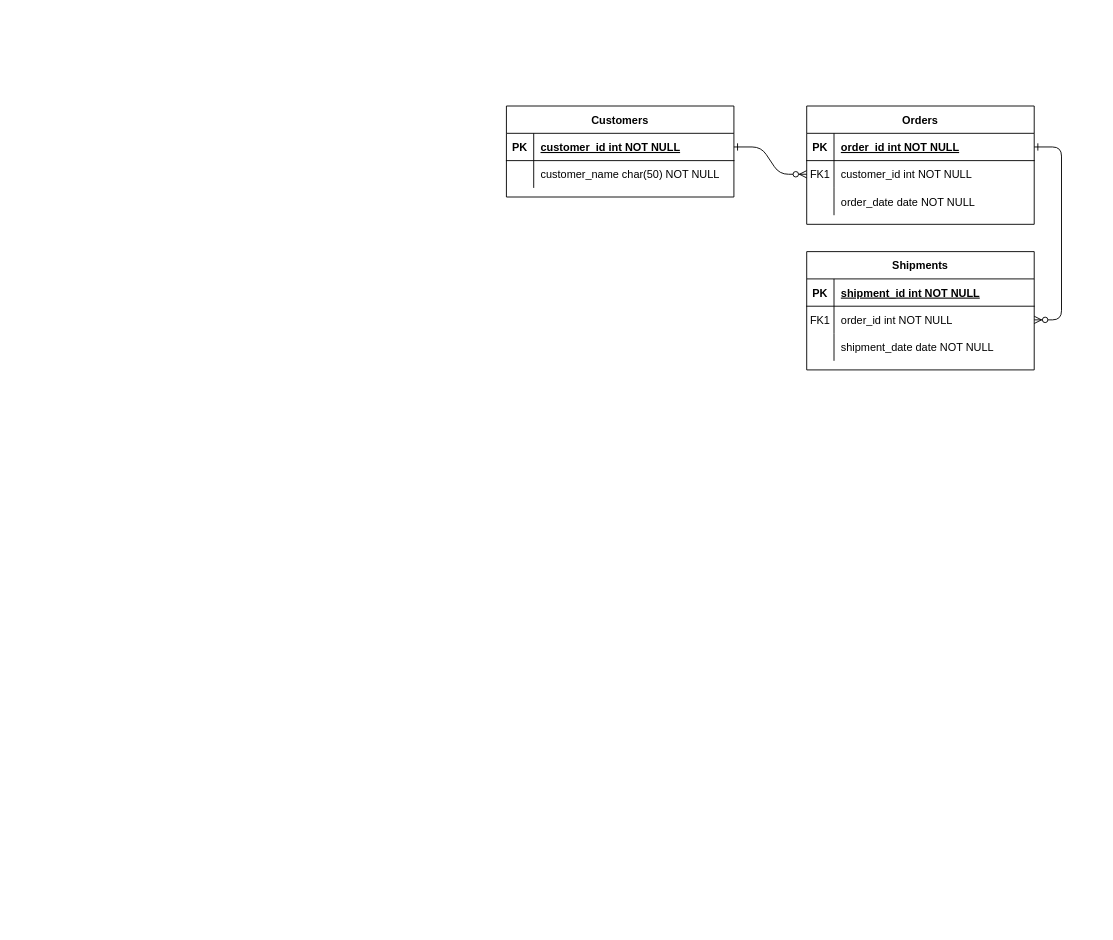
Above: Untitled Diagram.drawio in stamatiskarvounis/Publishing_Company_CRM (draw.io), before the change. Source tidied: cells renumbered, new cells numbered last; positions are measured from the earlier drawing's top-left corner, leaving out a move shared by most shapes. Both pictures are drawn from the tidied source at 91%, with x=0, y=0 at pixel (506, 106).
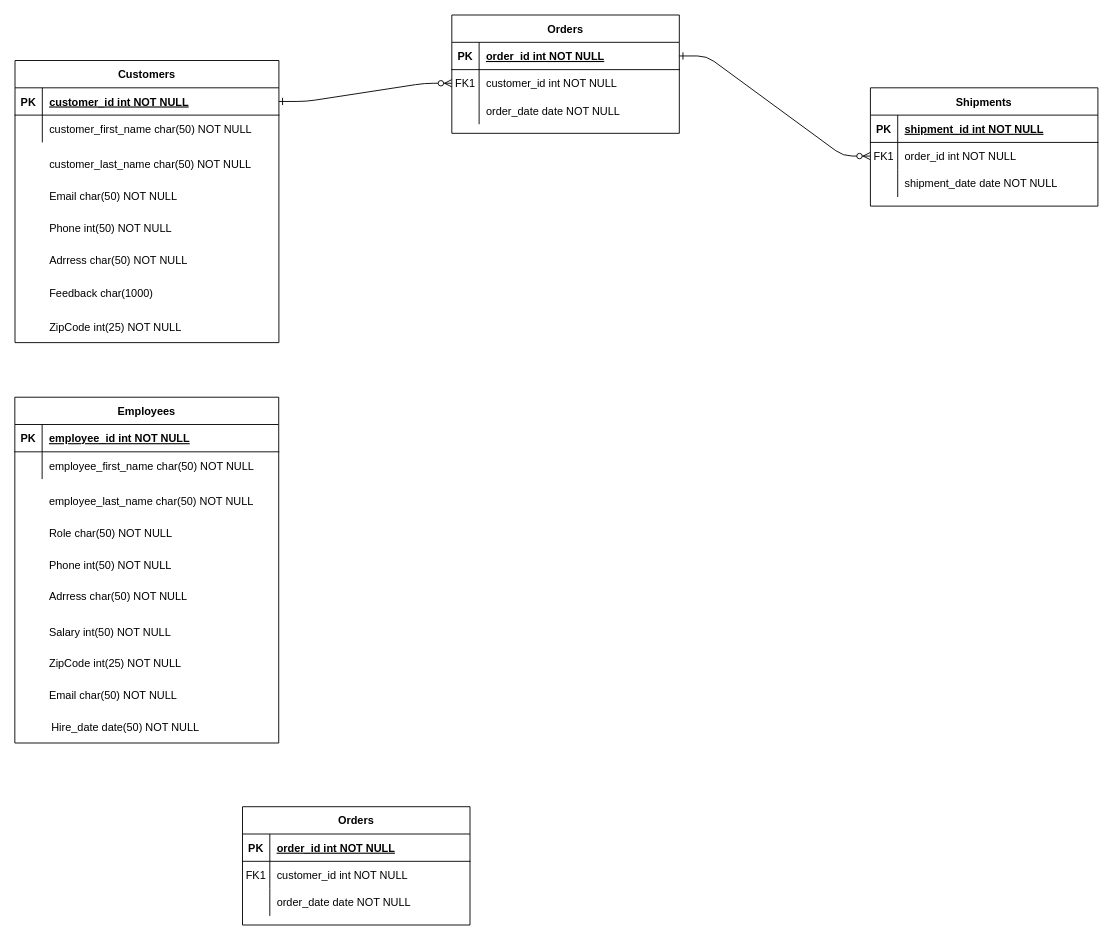
The same diagram, later.

What changed in the source:
```diff
@@
     <mxCell id="4" value="Orders" style="shape=table;startSize=30;childLayout=tableLayout;rowLines=0;fontStyle=1;align=center;" parent="1" vertex="1">
-      <mxGeometry x="330" width="250" height="130" as="geometry" />
+      <mxGeometry x="-60" y="-100" width="250" height="130" as="geometry" />
     </mxCell>
@@
     <mxCell id="14" value="Shipments" style="shape=table;startSize=30;childLayout=tableLayout;rowLines=0;fontStyle=1;align=center;" parent="1" vertex="1">
-      <mxGeometry x="330" y="160" width="250" height="130" as="geometry" />
+      <mxGeometry x="400" y="-20" width="250" height="130" as="geometry" />
     </mxCell>
@@
+    <mxCell id="31" value="Orders" style="shape=table;startSize=30;childLayout=tableLayout;rowLines=0;fontStyle=1;align=center;" parent="1" vertex="1">
+      <mxGeometry x="-290" y="770" width="250" height="130" as="geometry" />
+    </mxCell>
+    <mxCell id="32" style="shape=partialRectangle;fillColor=none;top=0;left=0;right=0;bottom=1;" parent="31" vertex="1">
+      <mxGeometry y="30" width="250" height="30" as="geometry" />
+    </mxCell>
+    <mxCell id="33" value="PK" style="shape=partialRectangle;overflow=hidden;fillColor=none;top=0;left=0;bottom=0;right=0;fontStyle=1;" parent="32" vertex="1">
+      <mxGeometry width="30" height="30" as="geometry" />
+    </mxCell>
+    <mxCell id="34" value="order_id int NOT NULL " style="shape=partialRectangle;overflow=hidden;fillColor=none;top=0;left=0;bottom=0;right=0;align=left;spacingLeft=6;fontStyle=5;" parent="32" vertex="1">
+      <mxGeometry x="30" width="220" height="30" as="geometry" />
+    </mxCell>
+    <mxCell id="35" style="shape=partialRectangle;fillColor=none;top=0;left=0;right=0;bottom=0;" parent="31" vertex="1">
+      <mxGeometry y="60" width="250" height="30" as="geometry" />
+    </mxCell>
+    <mxCell id="36" value="FK1" style="shape=partialRectangle;overflow=hidden;fillColor=none;top=0;left=0;bottom=0;right=0;" parent="35" vertex="1">
+      <mxGeometry width="30" height="30" as="geometry" />
+    </mxCell>
+    <mxCell id="37" value="customer_id int NOT NULL" style="shape=partialRectangle;overflow=hidden;fillColor=none;top=0;left=0;bottom=0;right=0;align=left;spacingLeft=6;" parent="35" vertex="1">
+      <mxGeometry x="30" width="220" height="30" as="geometry" />
+    </mxCell>
+    <mxCell id="38" style="shape=partialRectangle;fillColor=none;top=0;left=0;right=0;bottom=0;" parent="31" vertex="1">
+      <mxGeometry y="90" width="250" height="30" as="geometry" />
+    </mxCell>
+    <mxCell id="39" style="shape=partialRectangle;overflow=hidden;fillColor=none;top=0;left=0;bottom=0;right=0;" parent="38" vertex="1">
+      <mxGeometry width="30" height="30" as="geometry" />
+    </mxCell>
+    <mxCell id="40" value="order_date date NOT NULL" style="shape=partialRectangle;overflow=hidden;fillColor=none;top=0;left=0;bottom=0;right=0;align=left;spacingLeft=6;" parent="38" vertex="1">
+      <mxGeometry x="30" width="220" height="30" as="geometry" />
+    </mxCell>
+    <mxCell id="41" style="group;" parent="1" vertex="1">
+      <mxGeometry x="-540" y="-50" width="290" height="320.2" as="geometry" />
+    </mxCell>
-    <mxCell id="24" value="Customers" style="shape=table;startSize=30;childLayout=tableLayout;rowLines=0;fontStyle=1;align=center;" parent="1" vertex="1">
-      <mxGeometry width="250" height="100" as="geometry" />
+    <mxCell id="24" value="Customers" style="shape=table;startSize=30;childLayout=tableLayout;rowLines=0;fontStyle=1;align=center;" parent="41" vertex="1">
+      <mxGeometry width="290" height="310" as="geometry" />
     </mxCell>
     <mxCell id="25" style="shape=partialRectangle;fillColor=none;points=[[0,0.5],[1,0.5]];portConstraint=eastwest;top=0;left=0;right=0;bottom=1;" parent="24" vertex="1">
-      <mxGeometry y="30" width="250" height="30" as="geometry" />
+      <mxGeometry y="30" width="290" height="30" as="geometry" />
     </mxCell>
@@
     <mxCell id="27" value="customer_id int NOT NULL " style="shape=partialRectangle;overflow=hidden;fillColor=none;top=0;left=0;bottom=0;right=0;align=left;spacingLeft=6;fontStyle=5;" parent="25" vertex="1">
-      <mxGeometry x="30" width="220" height="30" as="geometry" />
+      <mxGeometry x="30" width="260" height="30" as="geometry" />
     </mxCell>
     <mxCell id="28" style="shape=partialRectangle;fillColor=none;top=0;left=0;right=0;bottom=0;" parent="24" vertex="1">
-      <mxGeometry y="60" width="250" height="30" as="geometry" />
+      <mxGeometry y="60" width="290" height="30" as="geometry" />
     </mxCell>
@@
-    <mxCell id="30" value="customer_name char(50) NOT NULL" style="shape=partialRectangle;overflow=hidden;fillColor=none;top=0;left=0;bottom=0;right=0;align=left;spacingLeft=6;" parent="28" vertex="1">
-      <mxGeometry x="30" width="220" height="30" as="geometry" />
+    <mxCell id="30" value="customer_first_name char(50) NOT NULL" style="shape=partialRectangle;overflow=hidden;fillColor=none;top=0;left=0;bottom=0;right=0;align=left;spacingLeft=6;" parent="28" vertex="1">
+      <mxGeometry x="30" width="260" height="30" as="geometry" />
     </mxCell>
+    <mxCell id="42" style="group;" parent="41" vertex="1">
+      <mxGeometry x="30" y="96.2" width="255.2" height="213.8" as="geometry" />
+    </mxCell>
+    <mxCell id="43" value="customer_last_name char(50) NOT NULL" style="shape=partialRectangle;overflow=hidden;fillColor=none;top=0;left=0;bottom=0;right=0;align=left;spacingLeft=6;" parent="42" vertex="1">
+      <mxGeometry width="255.2" height="35" as="geometry" />
+    </mxCell>
+    <mxCell id="44" value="Email char(50) NOT NULL" style="shape=partialRectangle;overflow=hidden;fillColor=none;top=0;left=0;bottom=0;right=0;align=left;spacingLeft=6;" parent="42" vertex="1">
+      <mxGeometry y="35" width="255.2" height="35" as="geometry" />
+    </mxCell>
+    <mxCell id="45" value="Phone int(50) NOT NULL" style="shape=partialRectangle;overflow=hidden;fillColor=none;top=0;left=0;bottom=0;right=0;align=left;spacingLeft=6;" parent="42" vertex="1">
+      <mxGeometry y="70.1" width="255.2" height="35" as="geometry" />
+    </mxCell>
+    <mxCell id="46" value="Adrress char(50) NOT NULL" style="shape=partialRectangle;overflow=hidden;fillColor=none;top=0;left=0;bottom=0;right=0;align=left;spacingLeft=6;" parent="42" vertex="1">
+      <mxGeometry y="105.1" width="255.2" height="35" as="geometry" />
+    </mxCell>
+    <mxCell id="47" value="ZipCode int(25) NOT NULL " style="shape=partialRectangle;overflow=hidden;fillColor=none;top=0;left=0;bottom=0;right=0;align=left;spacingLeft=6;" parent="42" vertex="1">
+      <mxGeometry y="178.8" width="255.2" height="35" as="geometry" />
+    </mxCell>
+    <mxCell id="48" value="Feedback char(1000) " style="shape=partialRectangle;overflow=hidden;fillColor=none;top=0;left=0;bottom=0;right=0;align=left;spacingLeft=6;" parent="42" vertex="1">
+      <mxGeometry y="140.1" width="255.2" height="38.7" as="geometry" />
+    </mxCell>
+    <mxCell id="49" style="group;" parent="1" vertex="1">
+      <mxGeometry x="-540.2" y="320" width="290.2" height="440" as="geometry" />
+    </mxCell>
+    <mxCell id="50" value="Employees" style="shape=table;startSize=30;childLayout=tableLayout;rowLines=0;fontStyle=1;align=center;" parent="49" vertex="1">
+      <mxGeometry width="290" height="380" as="geometry" />
+    </mxCell>
+    <mxCell id="51" style="shape=partialRectangle;fillColor=none;top=0;left=0;right=0;bottom=1;" parent="50" vertex="1">
+      <mxGeometry y="30" width="290" height="30" as="geometry" />
+    </mxCell>
+    <mxCell id="52" value="PK" style="shape=partialRectangle;overflow=hidden;fillColor=none;top=0;left=0;bottom=0;right=0;fontStyle=1;" parent="51" vertex="1">
+      <mxGeometry width="30" height="30" as="geometry" />
+    </mxCell>
+    <mxCell id="53" value="employee_id int NOT NULL " style="shape=partialRectangle;overflow=hidden;fillColor=none;top=0;left=0;bottom=0;right=0;align=left;spacingLeft=6;fontStyle=5;" parent="51" vertex="1">
+      <mxGeometry x="30" width="260" height="30" as="geometry" />
+    </mxCell>
+    <mxCell id="54" style="shape=partialRectangle;fillColor=none;top=0;left=0;right=0;bottom=0;" parent="50" vertex="1">
+      <mxGeometry y="60" width="290" height="30" as="geometry" />
+    </mxCell>
+    <mxCell id="55" style="shape=partialRectangle;overflow=hidden;fillColor=none;top=0;left=0;bottom=0;right=0;" parent="54" vertex="1">
+      <mxGeometry width="30" height="30" as="geometry" />
+    </mxCell>
+    <mxCell id="56" value="employee_first_name char(50) NOT NULL" style="shape=partialRectangle;overflow=hidden;fillColor=none;top=0;left=0;bottom=0;right=0;align=left;spacingLeft=6;" parent="54" vertex="1">
+      <mxGeometry x="30" width="260" height="30" as="geometry" />
+    </mxCell>
+    <mxCell id="57" style="group;" parent="49" vertex="1">
+      <mxGeometry x="30" y="96.2" width="260.2" height="213.8" as="geometry" />
+    </mxCell>
+    <mxCell id="58" value="employee_last_name char(50) NOT NULL" style="shape=partialRectangle;overflow=hidden;fillColor=none;top=0;left=0;bottom=0;right=0;align=left;spacingLeft=6;" parent="57" vertex="1">
+      <mxGeometry width="255.2" height="35" as="geometry" />
+    </mxCell>
+    <mxCell id="59" value="Role char(50) NOT NULL" style="shape=partialRectangle;overflow=hidden;fillColor=none;top=0;left=0;bottom=0;right=0;align=left;spacingLeft=6;" parent="57" vertex="1">
+      <mxGeometry y="35" width="255.2" height="35" as="geometry" />
+    </mxCell>
+    <mxCell id="60" value="Phone int(50) NOT NULL" style="shape=partialRectangle;overflow=hidden;fillColor=none;top=0;left=0;bottom=0;right=0;align=left;spacingLeft=6;" parent="57" vertex="1">
+      <mxGeometry y="70.1" width="255.2" height="35" as="geometry" />
+    </mxCell>
+    <mxCell id="61" value="Adrress char(50) NOT NULL" style="shape=partialRectangle;overflow=hidden;fillColor=none;top=0;left=0;bottom=0;right=0;align=left;spacingLeft=6;" parent="57" vertex="1">
+      <mxGeometry y="105.1" width="255.2" height="35" as="geometry" />
+    </mxCell>
+    <mxCell id="62" value="ZipCode int(25) NOT NULL " style="shape=partialRectangle;overflow=hidden;fillColor=none;top=0;left=0;bottom=0;right=0;align=left;spacingLeft=6;" parent="57" vertex="1">
+      <mxGeometry y="178.8" width="255.2" height="35" as="geometry" />
+    </mxCell>
+    <mxCell id="63" value="Salary int(50) NOT NULL" style="shape=partialRectangle;overflow=hidden;fillColor=none;top=0;left=0;bottom=0;right=0;align=left;spacingLeft=6;" parent="57" vertex="1">
+      <mxGeometry y="143.7" width="255.2" height="35" as="geometry" />
+    </mxCell>
+    <mxCell id="64" value="Email char(50) NOT NULL " style="shape=partialRectangle;overflow=hidden;fillColor=none;top=0;left=0;bottom=0;right=0;align=left;spacingLeft=6;" parent="49" vertex="1">
+      <mxGeometry x="30" y="310" width="255.2" height="35" as="geometry" />
+    </mxCell>
+    <mxCell id="65" value="Hire_date date(50) NOT NULL " style="shape=partialRectangle;overflow=hidden;fillColor=none;top=0;left=0;bottom=0;right=0;align=left;spacingLeft=6;" parent="49" vertex="1">
+      <mxGeometry x="32.5" y="345" width="255.2" height="35" as="geometry" />
+    </mxCell>
+    <mxCell id="66" style="shape=partialRectangle;overflow=hidden;fillColor=none;top=0;left=0;bottom=0;right=0;align=left;spacingLeft=6;" parent="49" vertex="1">
+      <mxGeometry x="30" y="380.1" width="255.2" height="35" as="geometry" />
+    </mxCell>
```
